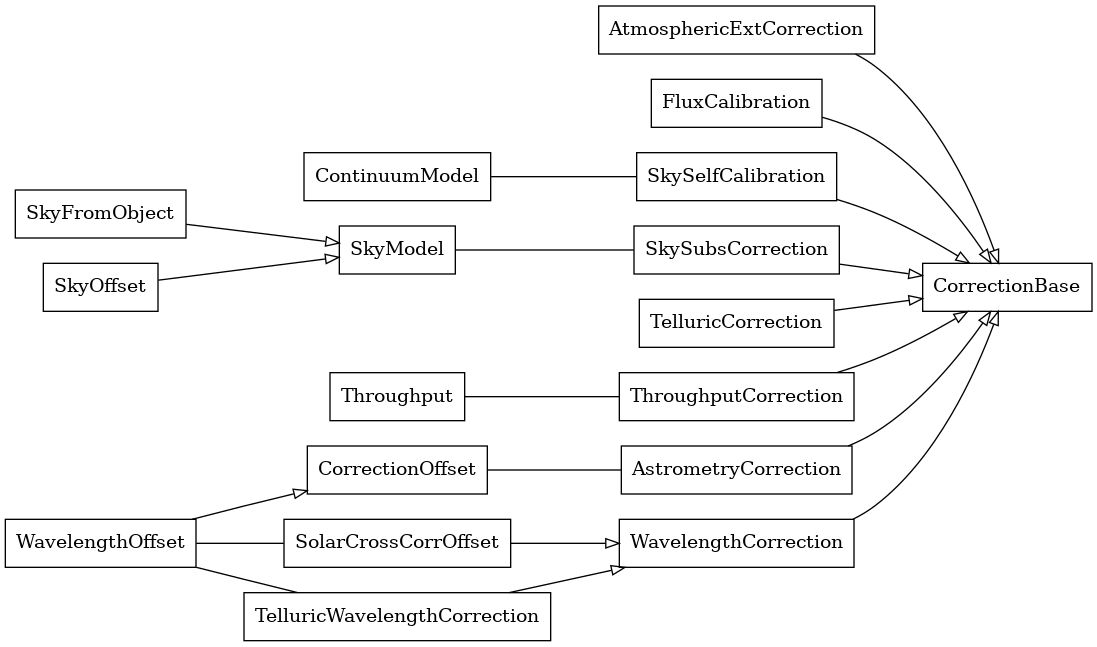
pykoala/pykoala keeps this Graphviz diagram as docs/graphviz/corrections.png. Above is the earlier version. Its source is kept beside it as docs/graphviz/corrections.dot.
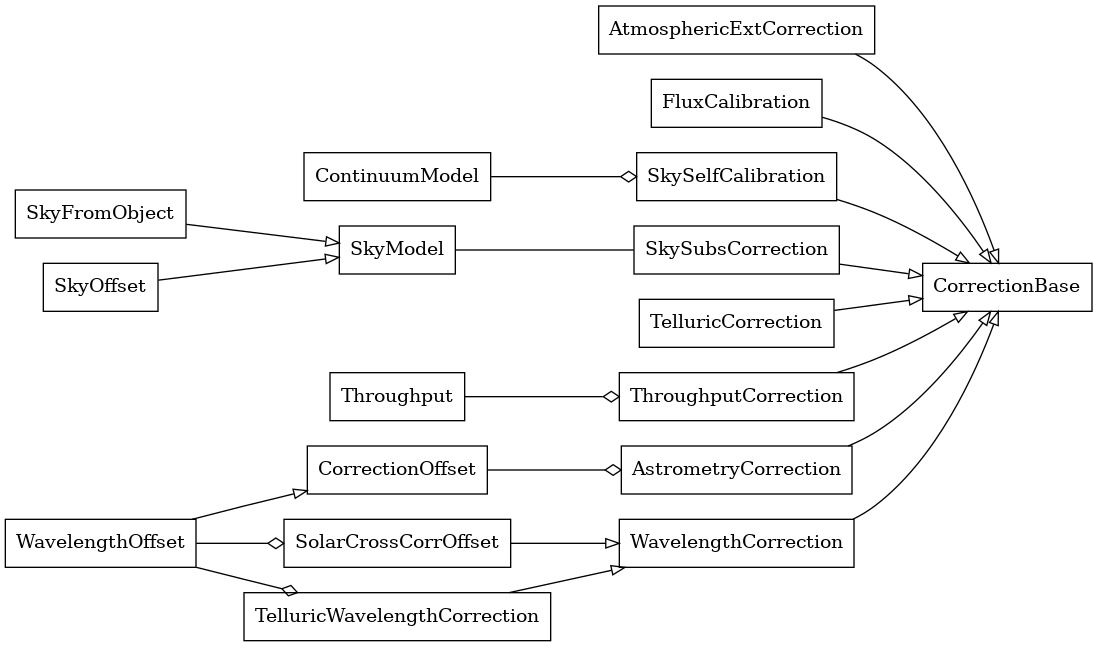
Above is the later version.

What changed in the source:
```diff
@@ -31,12 +31,12 @@
 "pykoala.corrections.wavelength.SolarCrossCorrOffset" -> "pykoala.corrections.wavelength.WavelengthCorrection" [arrowhead="empty", arrowtail="none"];
 "pykoala.corrections.wavelength.TelluricWavelengthCorrection" -> "pykoala.corrections.wavelength.WavelengthCorrection" [arrowhead="empty", arrowtail="none"];
 "pykoala.corrections.wavelength.WavelengthCorrection" -> "pykoala.corrections.correction.CorrectionBase" [arrowhead="empty", arrowtail="none"];
-"pykoala.corrections.sky.ContinuumModel" -> "pykoala.corrections.sky.SkySelfCalibration" [arrowhead="none", arrowtail="none", style="solid"];
-"pykoala.corrections.throughput.Throughput" -> "pykoala.corrections.throughput.ThroughputCorrection" [arrowhead="none", arrowtail="none", style="solid"];
+"pykoala.corrections.sky.ContinuumModel" -> "pykoala.corrections.sky.SkySelfCalibration" [arrowhead="odiamond", arrowtail="none", style="solid"];
+"pykoala.corrections.throughput.Throughput" -> "pykoala.corrections.throughput.ThroughputCorrection" [arrowhead="odiamond", arrowtail="none", style="solid"];
 "pykoala.corrections.sky.SkyModel" -> "pykoala.corrections.sky.SkySubsCorrection" [arrowhead="none", arrowtail="none", style="solid"];
 "pykoala.corrections.wavelength.WavelengthOffset" -> "pykoala.corrections.correction.CorrectionOffset" [arrowhead="empty", arrowtail="none", style="solid"];
-"pykoala.corrections.correction.CorrectionOffset" -> "pykoala.corrections.astrometry.AstrometryOffsetCorrection" [arrowhead="none", arrowtail="none", style="solid"];
-"pykoala.corrections.wavelength.WavelengthOffset" -> "pykoala.corrections.wavelength.SolarCrossCorrOffset" [arrowhead="none", arrowtail="none", style="solid"];
-"pykoala.corrections.wavelength.WavelengthOffset" -> "pykoala.corrections.wavelength.TelluricWavelengthCorrection" [arrowhead="none", arrowtail="none", style="solid"];
+"pykoala.corrections.correction.CorrectionOffset" -> "pykoala.corrections.astrometry.AstrometryOffsetCorrection" [arrowhead="odiamond", arrowtail="none", style="solid"];
+"pykoala.corrections.wavelength.WavelengthOffset" -> "pykoala.corrections.wavelength.SolarCrossCorrOffset" [arrowhead="odiamond", arrowtail="none", style="solid"];
+"pykoala.corrections.wavelength.WavelengthOffset" -> "pykoala.corrections.wavelength.TelluricWavelengthCorrection" [arrowhead="odiamond", arrowtail="none", style="solid"];
 
 }
```
